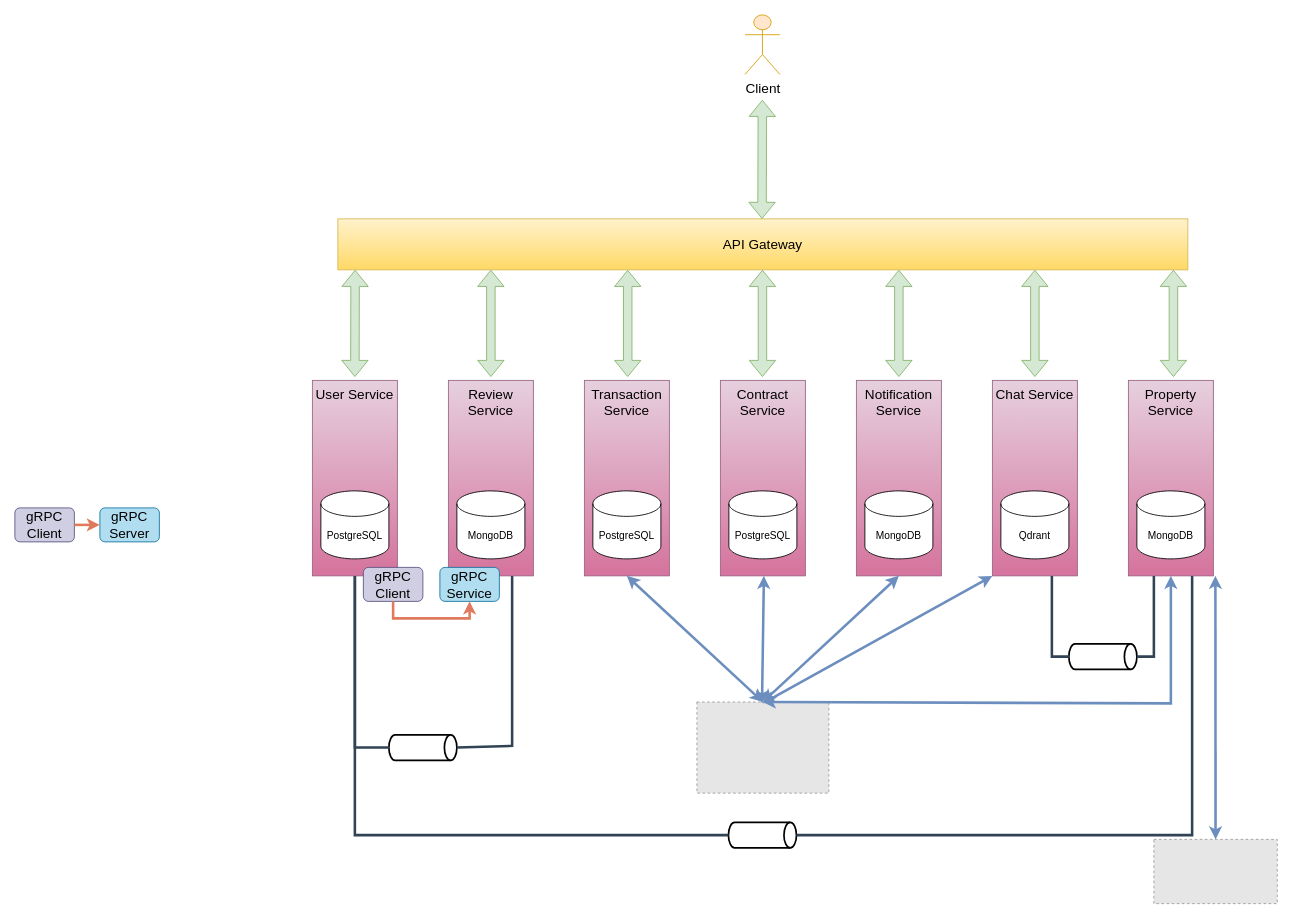
thaoanhhaa1/kltn-backend keeps this draw.io diagram as docs/KLTN_Architecture.drawio. Above is the earlier version. Source tidied: cells renumbered, new cells numbered last; positions are measured from the earlier drawing's top-left corner, leaving out a move shared by most shapes. Both pictures are drawn from the tidied source at 85%, with x=0, y=0 at pixel (14, 14). Pictures stored in the file or linked from it are replaced by grey dashed boxes.
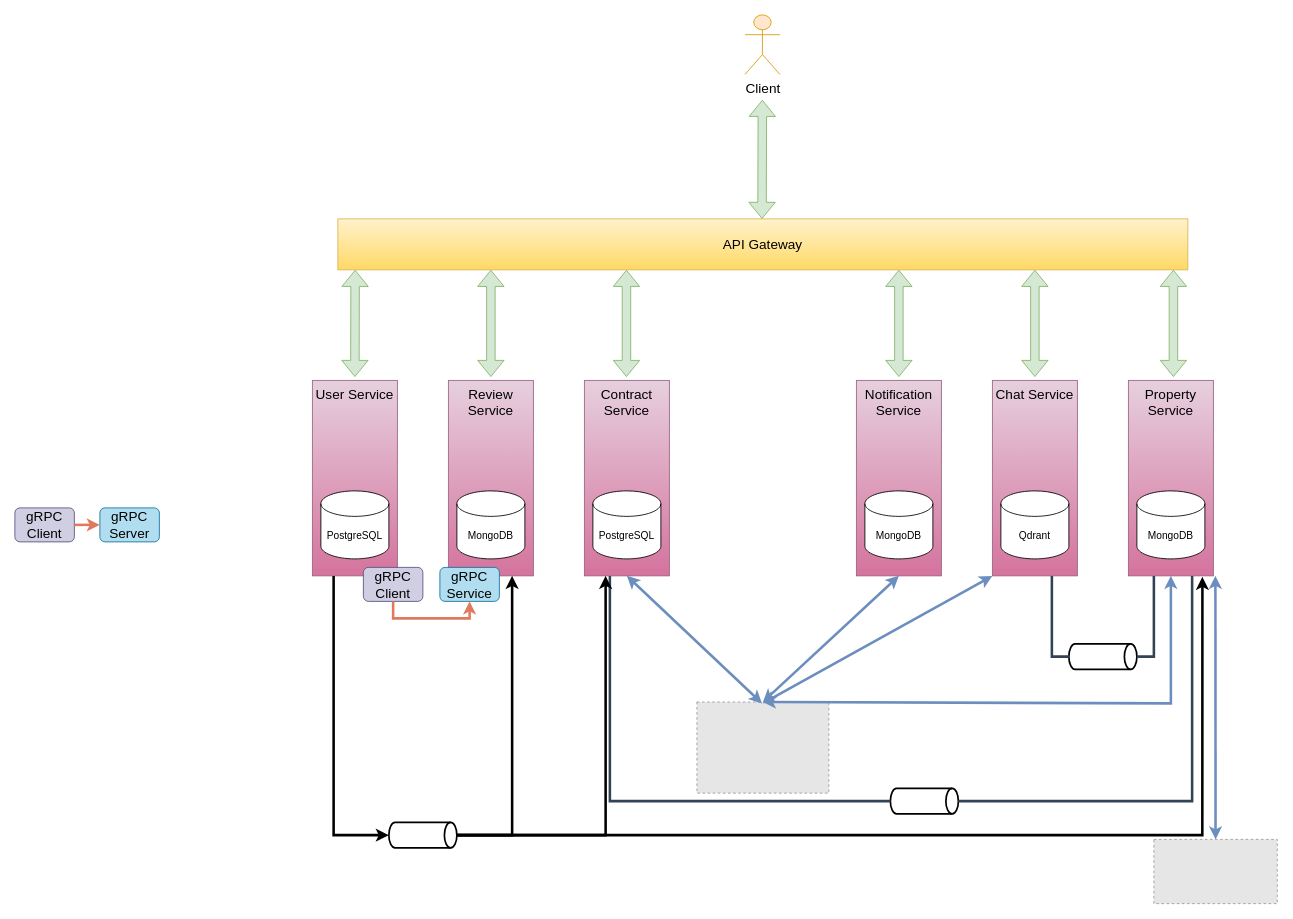
The same diagram, later.

Unchanged cells that the change refers to:
```xml
<mxCell id="12" value="User Service" style="rounded=0;whiteSpace=wrap;html=1;strokeColor=#996185;fillColor=#e6d0de;fontSize=16;horizontal=1;verticalAlign=top;gradientColor=#d5739d;" parent="1" vertex="1">
  <mxGeometry x="350" y="430" width="100" height="230" as="geometry" />
</mxCell>
<mxCell id="17" value="Property Service" style="rounded=0;whiteSpace=wrap;html=1;strokeColor=#996185;fillColor=#e6d0de;fontSize=16;horizontal=1;verticalAlign=top;gradientColor=#d5739d;" parent="1" vertex="1">
  <mxGeometry x="1310" y="430" width="100" height="230" as="geometry" />
</mxCell>
<mxCell id="19" value="Review Service" style="rounded=0;whiteSpace=wrap;html=1;strokeColor=#996185;fillColor=#e6d0de;fontSize=16;horizontal=1;verticalAlign=top;gradientColor=#d5739d;" parent="1" vertex="1">
  <mxGeometry x="510" y="430" width="100" height="230" as="geometry" />
</mxCell>
<mxCell id="32" style="fillColor=#E6E6E6;strokeColor=#999999;dashed=1;verticalLabelPosition=bottom;labelBackgroundColor=default;verticalAlign=top;" parent="1" vertex="1">
  <mxGeometry x="802.4" y="808.4" width="155.2" height="107.2" as="geometry" />
</mxCell>
```

What changed in the source:
```diff
@@
-    <mxCell id="7" style="shape=flexArrow;endArrow=classic;startArrow=classic;html=1;rounded=0;strokeColor=#82b366;fontColor=#393C56;fillColor=#d5e8d4;entryX=0.053;entryY=1.067;entryDx=0;entryDy=0;entryPerimeter=0;" parent="1" edge="1">
-      <mxGeometry relative="1" as="geometry">
-        <mxPoint x="721" y="426" as="sourcePoint" />
-        <mxPoint x="721" y="300" as="targetPoint" />
-      </mxGeometry>
-    </mxCell>
     <mxCell id="8" style="shape=flexArrow;endArrow=classic;startArrow=classic;html=1;rounded=0;strokeColor=#82b366;fontColor=#393C56;fillColor=#d5e8d4;entryX=0.053;entryY=1.067;entryDx=0;entryDy=0;entryPerimeter=0;" parent="1" edge="1">
       <mxGeometry relative="1" as="geometry">
-        <mxPoint x="879.5" y="426" as="sourcePoint" />
-        <mxPoint x="879.5" y="300" as="targetPoint" />
+        <mxPoint x="719.5" y="426" as="sourcePoint" />
+        <mxPoint x="719.5" y="300" as="targetPoint" />
       </mxGeometry>
     </mxCell>
@@
     <mxCell id="14" value="Contract Service" style="rounded=0;whiteSpace=wrap;html=1;strokeColor=#996185;fillColor=#e6d0de;fontSize=16;horizontal=1;verticalAlign=top;gradientColor=#d5739d;" parent="1" vertex="1">
-      <mxGeometry x="830" y="430" width="100" height="230" as="geometry" />
+      <mxGeometry x="670" y="430" width="100" height="230" as="geometry" />
     </mxCell>
-    <mxCell id="15" value="Transaction Service" style="rounded=0;whiteSpace=wrap;html=1;strokeColor=#996185;fillColor=#e6d0de;fontSize=16;horizontal=1;verticalAlign=top;gradientColor=#d5739d;" parent="1" vertex="1">
-      <mxGeometry x="670" y="430" width="100" height="230" as="geometry" />
-    </mxCell>
@@
     <mxCell id="20" value="PostgreSQL" style="shape=cylinder3;whiteSpace=wrap;html=1;boundedLbl=1;backgroundOutline=1;size=15;" parent="1" vertex="1">
-      <mxGeometry x="840" y="560" width="80" height="80" as="geometry" />
+      <mxGeometry x="680" y="560" width="80" height="80" as="geometry" />
     </mxCell>
-    <mxCell id="21" value="PostgreSQL" style="shape=cylinder3;whiteSpace=wrap;html=1;boundedLbl=1;backgroundOutline=1;size=15;" parent="1" vertex="1">
-      <mxGeometry x="680" y="560" width="80" height="80" as="geometry" />
-    </mxCell>
@@
-    <mxCell id="36" style="endArrow=classic;startArrow=classic;html=1;rounded=0;strokeWidth=3;fillColor=#dae8fc;strokeColor=#6c8ebf;entryX=0.75;entryY=1;entryDx=0;entryDy=0;" parent="1" edge="1">
+    <mxCell id="36" style="endArrow=classic;startArrow=classic;html=1;rounded=0;strokeWidth=3;fillColor=#dae8fc;strokeColor=#6c8ebf;entryX=0.5;entryY=1;entryDx=0;entryDy=0;" parent="1" edge="1" target="14">
       <mxGeometry relative="1" as="geometry">
         <mxPoint x="879" y="810" as="sourcePoint" />
-        <mxPoint x="881.2" y="660" as="targetPoint" />
       </mxGeometry>
     </mxCell>
@@
-    <mxCell id="38" style="endArrow=classic;startArrow=classic;html=1;rounded=0;strokeWidth=3;fillColor=#dae8fc;strokeColor=#6c8ebf;entryX=0.5;entryY=1;entryDx=0;entryDy=0;exitX=0.5;exitY=0;exitDx=0;exitDy=0;" parent="1" edge="1" source="32" target="15">
-      <mxGeometry relative="1" as="geometry" />
-    </mxCell>
@@
     <mxCell id="40" style="strokeWidth=2;html=1;shape=mxgraph.flowchart.direct_data;whiteSpace=wrap;" parent="1" vertex="1">
-      <mxGeometry x="839.5" y="950" width="80" height="30" as="geometry" />
+      <mxGeometry x="440" y="950" width="80" height="30" as="geometry" />
     </mxCell>
-    <mxCell id="41" style="endArrow=none;html=1;rounded=0;strokeWidth=3;exitX=0.5;exitY=1;exitDx=0;exitDy=0;entryX=0;entryY=0.5;entryDx=0;entryDy=0;entryPerimeter=0;fillColor=#647687;strokeColor=#314354;" parent="1" edge="1" source="12" target="40">
-      <mxGeometry relative="1" as="geometry">
-        <Array as="points">
-          <mxPoint x="400" y="965" />
-        </Array>
-      </mxGeometry>
-    </mxCell>
-    <mxCell id="42" style="endArrow=none;html=1;rounded=0;strokeWidth=3;exitX=1;exitY=0.5;exitDx=0;exitDy=0;entryX=0.75;entryY=1;entryDx=0;entryDy=0;fillColor=#647687;strokeColor=#314354;exitPerimeter=0;" parent="1" edge="1" source="40" target="17">
-      <mxGeometry relative="1" as="geometry">
-        <Array as="points">
-          <mxPoint x="1385" y="965" />
-        </Array>
-      </mxGeometry>
-    </mxCell>
-    <mxCell id="43" style="strokeWidth=2;html=1;shape=mxgraph.flowchart.direct_data;whiteSpace=wrap;" parent="1" vertex="1">
-      <mxGeometry x="440" y="847" width="80" height="30" as="geometry" />
-    </mxCell>
-    <mxCell id="44" style="endArrow=none;html=1;rounded=0;strokeWidth=3;exitX=0.5;exitY=1;exitDx=0;exitDy=0;entryX=0;entryY=0.5;entryDx=0;entryDy=0;entryPerimeter=0;fillColor=#647687;strokeColor=#314354;" parent="1" edge="1" target="43">
-      <mxGeometry relative="1" as="geometry">
-        <mxPoint x="400" y="660" as="sourcePoint" />
-        <Array as="points">
-          <mxPoint x="400" y="862" />
-        </Array>
-      </mxGeometry>
-    </mxCell>
-    <mxCell id="45" style="endArrow=none;html=1;rounded=0;strokeWidth=3;entryX=0.75;entryY=1;entryDx=0;entryDy=0;fillColor=#647687;strokeColor=#314354;exitX=1;exitY=0.5;exitDx=0;exitDy=0;exitPerimeter=0;" parent="1" edge="1" source="43" target="19">
-      <mxGeometry relative="1" as="geometry">
-        <Array as="points">
-          <mxPoint x="585" y="860" />
-        </Array>
-      </mxGeometry>
-    </mxCell>
@@
+    <mxCell id="49" style="strokeWidth=2;html=1;shape=mxgraph.flowchart.direct_data;whiteSpace=wrap;" parent="1" vertex="1">
+      <mxGeometry x="1030" y="910" width="80" height="30" as="geometry" />
+    </mxCell>
+    <mxCell id="50" style="endArrow=none;html=1;rounded=0;strokeWidth=3;fillColor=#647687;strokeColor=#314354;exitX=0;exitY=0.5;exitDx=0;exitDy=0;exitPerimeter=0;" parent="1" edge="1" source="49">
+      <mxGeometry relative="1" as="geometry">
+        <mxPoint x="700" y="660" as="targetPoint" />
+        <Array as="points">
+          <mxPoint x="700" y="925" />
+        </Array>
+      </mxGeometry>
+    </mxCell>
+    <mxCell id="51" style="endArrow=none;html=1;rounded=0;strokeWidth=3;fillColor=#647687;strokeColor=#314354;exitX=1;exitY=0.5;exitDx=0;exitDy=0;exitPerimeter=0;entryX=0.75;entryY=1;entryDx=0;entryDy=0;" parent="1" edge="1" source="49" target="17">
+      <mxGeometry relative="1" as="geometry">
+        <Array as="points">
+          <mxPoint x="1385" y="925" />
+        </Array>
+      </mxGeometry>
+    </mxCell>
+    <mxCell id="41" style="endArrow=classic;html=1;rounded=0;strokeWidth=3;exitX=0.25;exitY=1;exitDx=0;exitDy=0;entryX=0;entryY=0.5;entryDx=0;entryDy=0;entryPerimeter=0;" parent="1" edge="1" source="12" target="40">
+      <mxGeometry relative="1" as="geometry">
+        <Array as="points">
+          <mxPoint x="375" y="965" />
+        </Array>
+      </mxGeometry>
+    </mxCell>
+    <mxCell id="52" style="endArrow=classic;html=1;rounded=0;strokeWidth=3;exitX=1;exitY=0.5;exitDx=0;exitDy=0;entryX=0.75;entryY=1;entryDx=0;entryDy=0;exitPerimeter=0;" parent="1" edge="1" source="40" target="19">
+      <mxGeometry relative="1" as="geometry">
+        <Array as="points">
+          <mxPoint x="585" y="965" />
+        </Array>
+      </mxGeometry>
+    </mxCell>
+    <mxCell id="53" style="endArrow=classic;html=1;rounded=0;strokeWidth=3;exitX=1;exitY=0.5;exitDx=0;exitDy=0;entryX=0.25;entryY=1;entryDx=0;entryDy=0;exitPerimeter=0;" parent="1" edge="1" source="40" target="14">
+      <mxGeometry relative="1" as="geometry">
+        <Array as="points">
+          <mxPoint x="695" y="965" />
+        </Array>
+      </mxGeometry>
+    </mxCell>
+    <mxCell id="42" style="endArrow=classic;html=1;rounded=0;strokeWidth=3;exitX=1;exitY=0.5;exitDx=0;exitDy=0;entryX=0.871;entryY=1.005;entryDx=0;entryDy=0;exitPerimeter=0;entryPerimeter=0;" parent="1" edge="1" source="40" target="17">
+      <mxGeometry relative="1" as="geometry">
+        <Array as="points">
+          <mxPoint x="1397" y="965" />
+        </Array>
+      </mxGeometry>
+    </mxCell>
```
